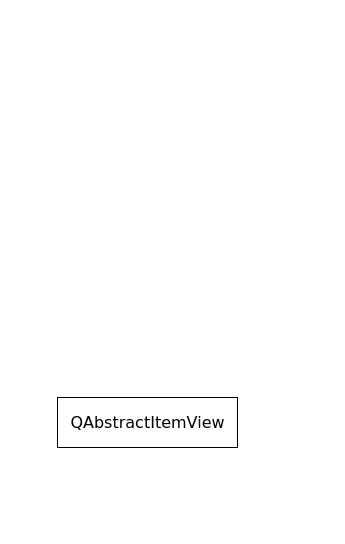
Before: page "QListView" (1 of 4) of QListView.drawio in tangxing806/MWorks-SDK-Learn, a draw.io diagram. Source tidied: cells renumbered, new cells numbered last; positions are measured from the earlier drawing's top-left corner, leaving out a move shared by most shapes. Both pictures are drawn from the tidied source at 100%, with x=0, y=0 at pixel (57, 397).
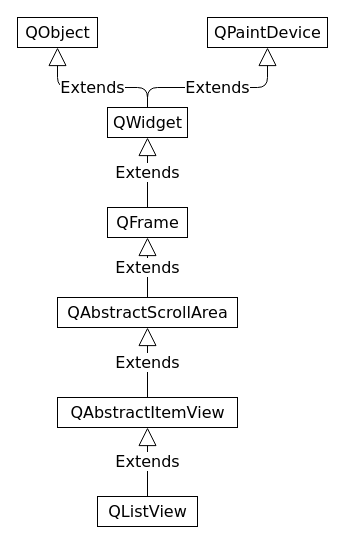
Above is the later version.

The edit, as a diff of the source:
```diff
@@
 <mxGraphModel>
   <root>
     <mxCell id="0" />
     <mxCell id="1" parent="0" />
     <mxCell id="2" value="QAbstractItemView" style="html=1;fontFamily=Verdana;align=center;verticalAlign=middle;fontSize=16;" parent="1" vertex="1">
-      <mxGeometry width="180" height="50" as="geometry" />
+      <mxGeometry width="180" height="30" as="geometry" />
     </mxCell>
+    <mxCell id="3" value="QListView" style="html=1;fontFamily=Verdana;align=center;verticalAlign=middle;fontSize=16;" parent="1" vertex="1">
+      <mxGeometry x="40" y="99" width="100" height="30" as="geometry" />
+    </mxCell>
+    <mxCell id="4" value="Extends" style="endArrow=block;endSize=16;endFill=0;html=1;fontFamily=Verdana;fontSize=16;exitX=0.5;exitY=0;exitDx=0;exitDy=0;entryX=0.5;entryY=1;entryDx=0;entryDy=0;" parent="1" edge="1" source="3" target="2">
+      <mxGeometry relative="1" as="geometry" />
+    </mxCell>
+    <mxCell id="5" value="QAbstractScrollArea" style="html=1;fontFamily=Verdana;align=center;verticalAlign=middle;fontSize=16;" parent="1" vertex="1">
+      <mxGeometry y="-100" width="180" height="30" as="geometry" />
+    </mxCell>
+    <mxCell id="6" value="Extends" style="endArrow=block;endSize=16;endFill=0;html=1;fontFamily=Verdana;fontSize=16;exitX=0.5;exitY=0;exitDx=0;exitDy=0;entryX=0.5;entryY=1;entryDx=0;entryDy=0;" parent="1" edge="1" source="2" target="5">
+      <mxGeometry relative="1" as="geometry" />
+    </mxCell>
+    <mxCell id="7" value="QFrame" style="html=1;fontFamily=Verdana;align=center;verticalAlign=middle;fontSize=16;" parent="1" vertex="1">
+      <mxGeometry x="50" y="-190" width="80" height="30" as="geometry" />
+    </mxCell>
+    <mxCell id="8" value="Extends" style="endArrow=block;endSize=16;endFill=0;html=1;fontFamily=Verdana;fontSize=16;exitX=0.5;exitY=0;exitDx=0;exitDy=0;entryX=0.5;entryY=1;entryDx=0;entryDy=0;" parent="1" edge="1" source="5" target="7">
+      <mxGeometry relative="1" as="geometry" />
+    </mxCell>
+    <mxCell id="9" value="QWidget" style="html=1;fontFamily=Verdana;align=center;verticalAlign=middle;fontSize=16;" parent="1" vertex="1">
+      <mxGeometry x="50" y="-290" width="80" height="30" as="geometry" />
+    </mxCell>
+    <mxCell id="10" value="Extends" style="endArrow=block;endSize=16;endFill=0;html=1;fontFamily=Verdana;fontSize=16;exitX=0.5;exitY=0;exitDx=0;exitDy=0;entryX=0.5;entryY=1;entryDx=0;entryDy=0;" parent="1" edge="1" source="7" target="9">
+      <mxGeometry relative="1" as="geometry" />
+    </mxCell>
+    <mxCell id="11" value="QObject" style="html=1;fontFamily=Verdana;align=center;verticalAlign=middle;fontSize=16;" parent="1" vertex="1">
+      <mxGeometry x="-40" y="-380" width="80" height="30" as="geometry" />
+    </mxCell>
+    <mxCell id="12" value="QPaintDevice" style="html=1;fontFamily=Verdana;align=center;verticalAlign=middle;fontSize=16;" parent="1" vertex="1">
+      <mxGeometry x="150" y="-380" width="120" height="30" as="geometry" />
+    </mxCell>
+    <mxCell id="13" value="Extends" style="endArrow=block;endSize=16;endFill=0;html=1;fontFamily=Verdana;fontSize=16;entryX=0.5;entryY=1;entryDx=0;entryDy=0;exitX=0.5;exitY=0;exitDx=0;exitDy=0;" parent="1" edge="1" source="9" target="11">
+      <mxGeometry relative="1" as="geometry">
+        <Array as="points">
+          <mxPoint x="90" y="-310" />
+          <mxPoint y="-310" />
+        </Array>
+      </mxGeometry>
+    </mxCell>
+    <mxCell id="14" value="Extends" style="endArrow=block;endSize=16;endFill=0;html=1;fontFamily=Verdana;fontSize=16;entryX=0.5;entryY=1;entryDx=0;entryDy=0;exitX=0.5;exitY=0;exitDx=0;exitDy=0;" parent="1" edge="1" source="9" target="12">
+      <mxGeometry relative="1" as="geometry">
+        <Array as="points">
+          <mxPoint x="90" y="-310" />
+          <mxPoint x="210" y="-310" />
+        </Array>
+      </mxGeometry>
+    </mxCell>
   </root>
 </mxGraphModel>
```
